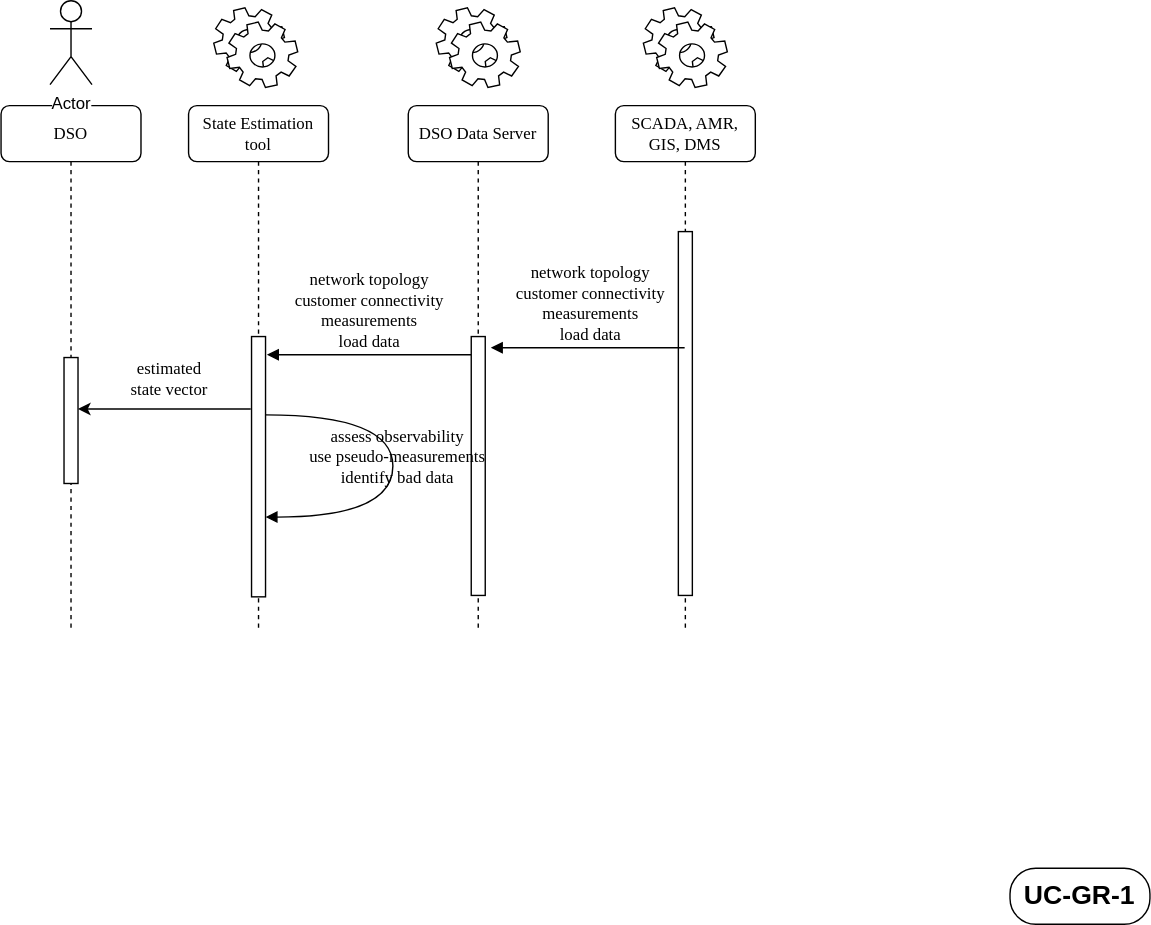
Before: docs/platone/uc-gr-1-functions-of-the-state-estimation-tool-given-conventional-measurements/UC_GR_1_2_3_4_Seq_Diag-UC1.svg, a diagram exported from draw.io (smart-grid-use-cases/smart-grid-use-cases.github.io). Source tidied: cells renumbered, new cells last; positions are measured from the earlier drawing's top-left corner, leaving out a move shared by most shapes.
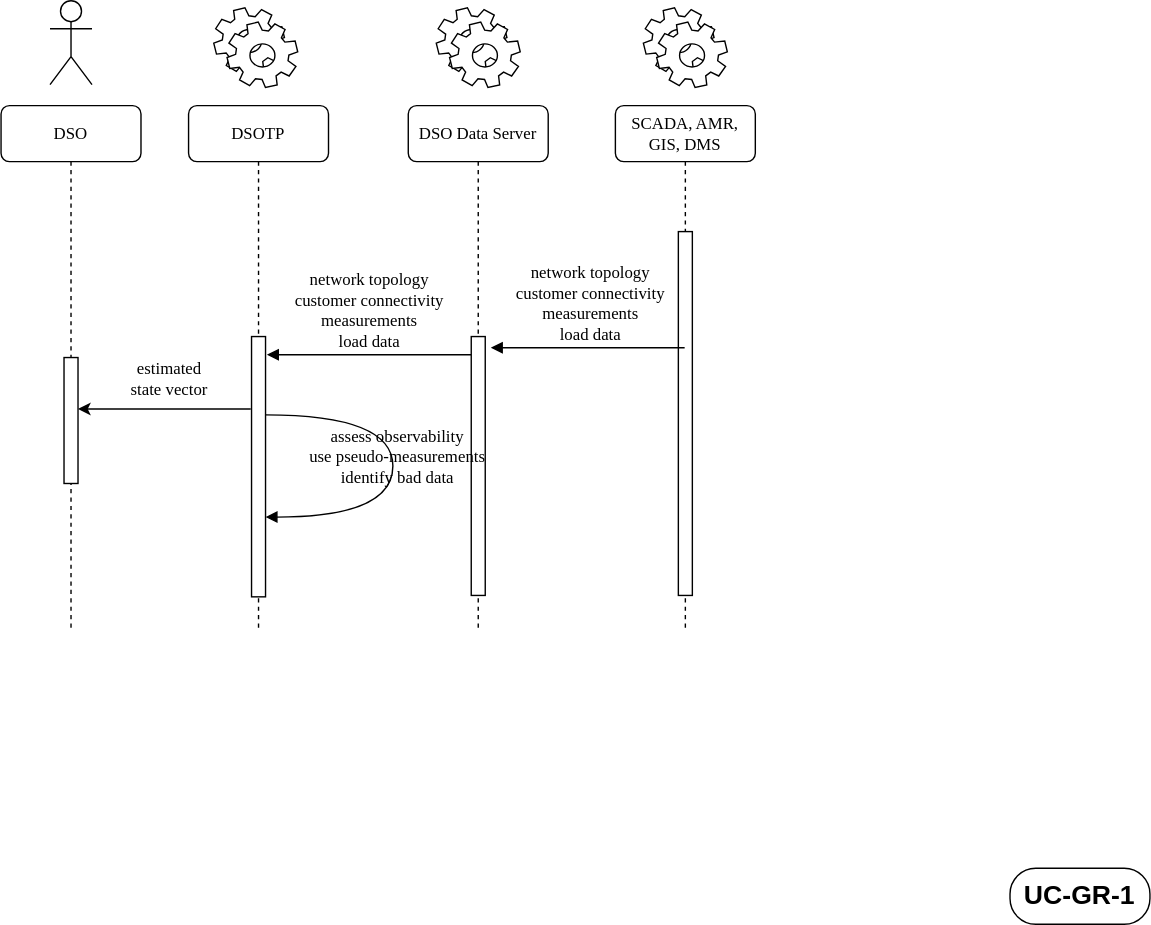
After the change.

Change to the diagram source:
```diff
@@ -5,10 +5,7 @@
     <mxCell id="2" value="DSO" style="shape=umlLifeline;perimeter=lifelinePerimeter;whiteSpace=wrap;html=1;rounded=1;shadow=0;comic=0;labelBackgroundColor=none;strokeWidth=1;fontFamily=Verdana;fontSize=12;align=center;" parent="1" vertex="1">
       <mxGeometry y="75" width="100" height="375" as="geometry" />
     </mxCell>
-    <mxCell id="3" style="html=1;perimeter=orthogonalPerimeter;rounded=0;shadow=0;comic=0;labelBackgroundColor=none;strokeWidth=1;fontFamily=Verdana;fontSize=12;align=center;" parent="2" vertex="1">
-      <mxGeometry x="45" y="180" width="10" height="90" as="geometry" />
-    </mxCell>
-    <mxCell id="4" value="State Estimation tool" style="shape=umlLifeline;perimeter=lifelinePerimeter;whiteSpace=wrap;html=1;rounded=1;shadow=0;comic=0;labelBackgroundColor=none;strokeWidth=1;fontFamily=Verdana;fontSize=12;align=center;" parent="1" vertex="1">
+    <mxCell id="4" value="DSOTP" style="shape=umlLifeline;perimeter=lifelinePerimeter;whiteSpace=wrap;html=1;rounded=1;shadow=0;comic=0;labelBackgroundColor=none;strokeWidth=1;fontFamily=Verdana;fontSize=12;align=center;" parent="1" vertex="1">
       <mxGeometry x="134" y="75" width="100" height="375" as="geometry" />
     </mxCell>
     <mxCell id="5" style="html=1;perimeter=orthogonalPerimeter;rounded=0;shadow=0;comic=0;labelBackgroundColor=none;strokeWidth=1;fontFamily=Verdana;fontSize=12;align=center;" parent="4" vertex="1">
@@ -25,7 +22,7 @@
         <mxPoint x="190" y="253" as="targetPoint" />
       </mxGeometry>
     </mxCell>
-    <mxCell id="9" value="Actor" style="shape=umlActor;verticalLabelPosition=bottom;labelBackgroundColor=#ffffff;verticalAlign=top;html=1;" parent="1" vertex="1">
+    <mxCell id="9" style="shape=umlActor;verticalLabelPosition=bottom;labelBackgroundColor=#ffffff;verticalAlign=top;html=1;" parent="1" vertex="1">
       <mxGeometry x="35" width="30" height="60" as="geometry" />
     </mxCell>
     <mxCell id="10" style="shape=mxgraph.bpmn.service_task;html=1;" parent="1" vertex="1">
@@ -72,5 +69,8 @@
     <mxCell id="18" value="UC-GR-1" style="rounded=1;whiteSpace=wrap;html=1;fontSize=19;arcSize=46;fontStyle=1;" parent="1" vertex="1">
       <mxGeometry x="721" y="620" width="100" height="40" as="geometry" />
     </mxCell>
+    <mxCell id="3" style="html=1;perimeter=orthogonalPerimeter;rounded=0;shadow=0;comic=0;labelBackgroundColor=none;strokeWidth=1;fontFamily=Verdana;fontSize=12;align=center;" parent="1" vertex="1">
+      <mxGeometry x="45" y="255" width="10" height="90" as="geometry" />
+    </mxCell>
   </root>
 </mxGraphModel>
```
